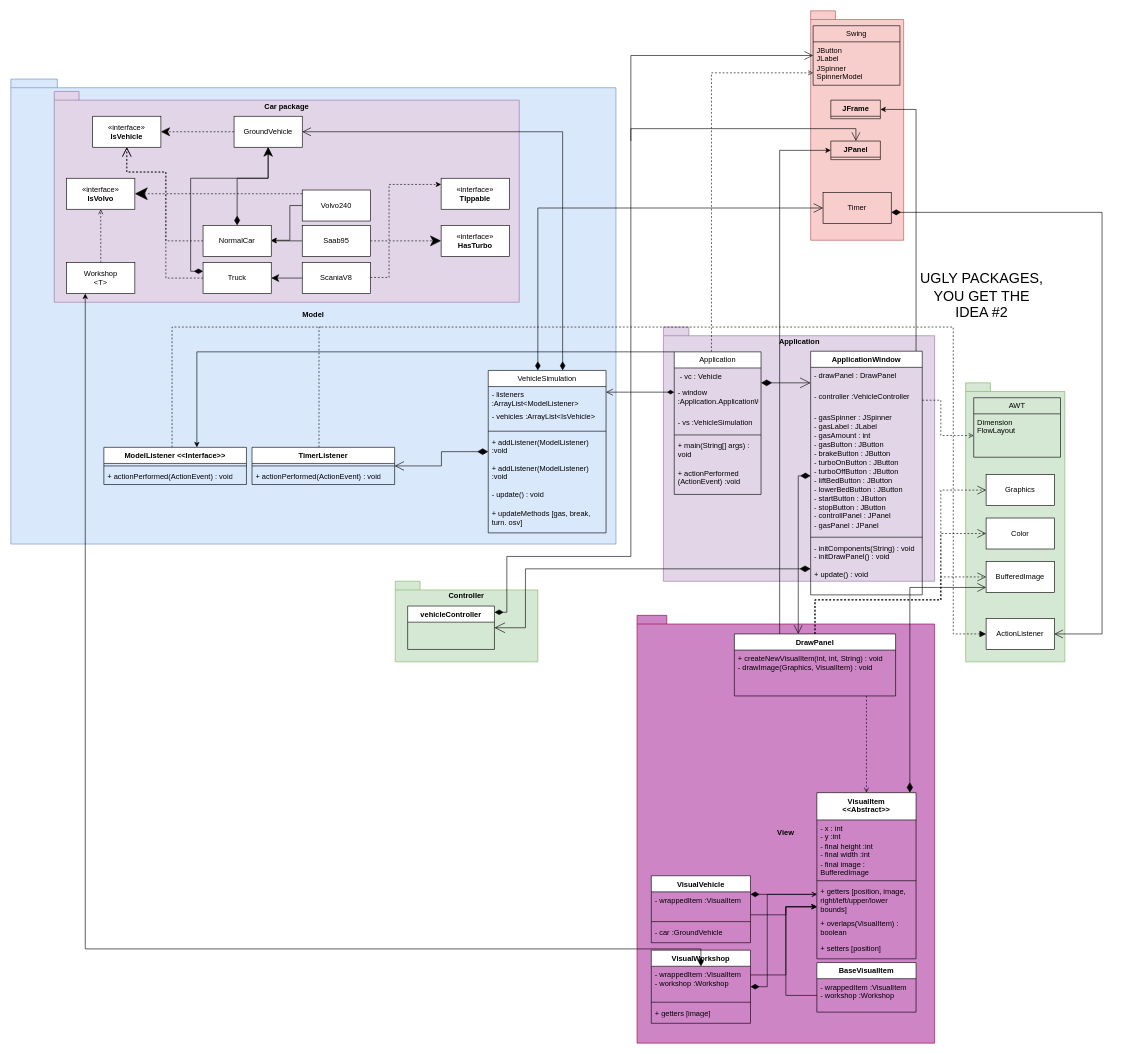
Before: page "Page-1" (1 of 2) of lab4/Lab4UML.drawio in sophucking/Grupp16Labb3, a draw.io diagram. Source tidied: cells renumbered, new cells numbered last; positions are measured from the earlier drawing's top-left corner, leaving out a move shared by most shapes. Both pictures are drawn from the tidied source at 62%, with x=0, y=0 at pixel (11, 11).
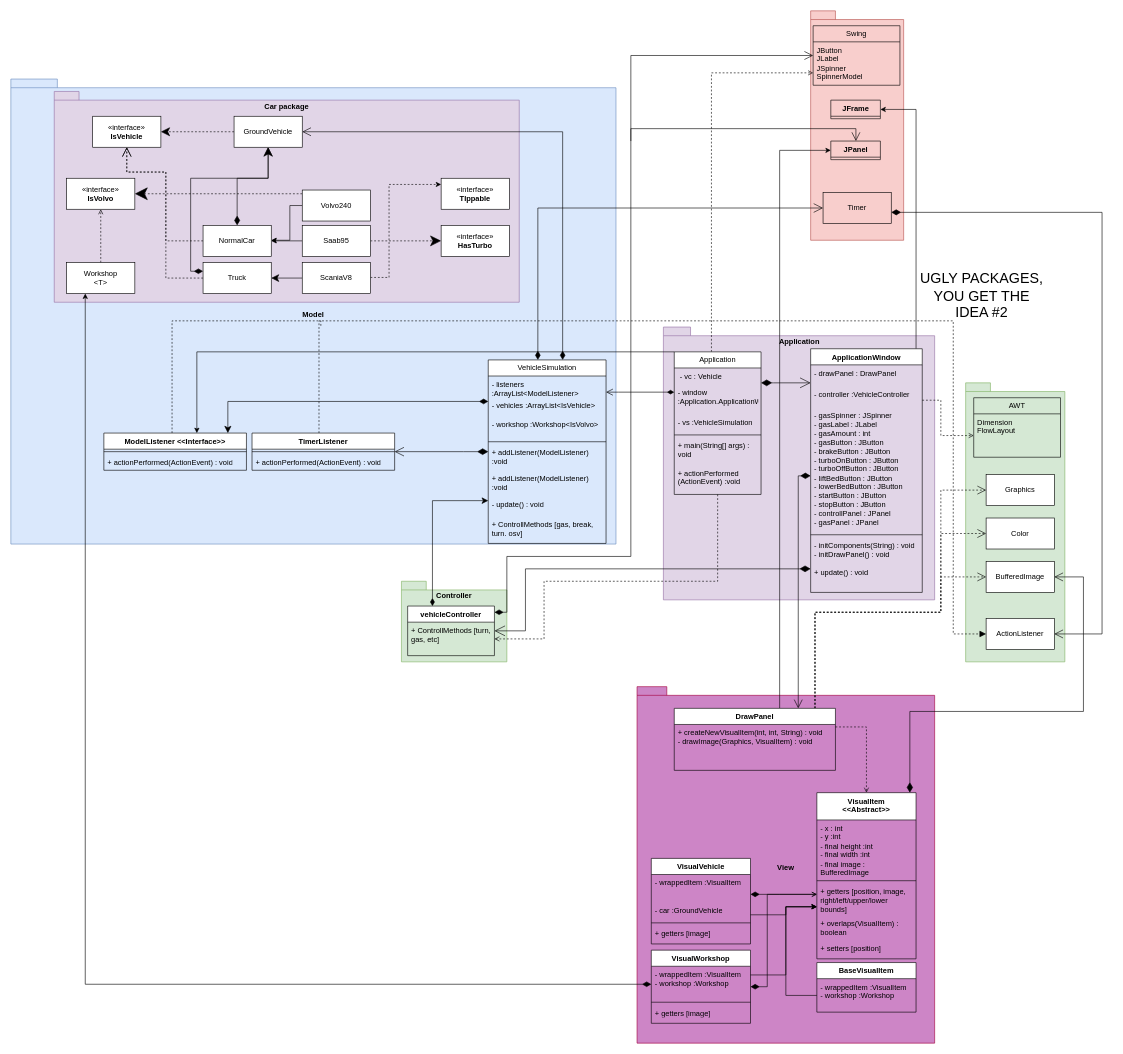
The same diagram, later.

The change refers to these unchanged cells:
```xml
<mxCell id="30" value="&lt;div&gt;Workshop&lt;/div&gt;&lt;div&gt;&amp;lt;T&amp;gt;&lt;/div&gt;" style="html=1;whiteSpace=wrap;" parent="1" vertex="1">
  <mxGeometry x="90" y="406" width="110" height="50" as="geometry" />
</mxCell>
<mxCell id="32" value="ActionListener" style="html=1;whiteSpace=wrap;" parent="1" vertex="1">
  <mxGeometry x="1573" y="980" width="110" height="50" as="geometry" />
</mxCell>
<mxCell id="37" value="&lt;div&gt;Graphics&lt;/div&gt;" style="html=1;whiteSpace=wrap;" parent="1" vertex="1">
  <mxGeometry x="1573" y="748" width="110" height="50" as="geometry" />
</mxCell>
<mxCell id="38" value="Color" style="html=1;whiteSpace=wrap;" parent="1" vertex="1">
  <mxGeometry x="1573" y="818" width="110" height="50" as="geometry" />
</mxCell>
<mxCell id="39" value="BufferedImage" style="html=1;whiteSpace=wrap;" parent="1" vertex="1">
  <mxGeometry x="1573" y="888" width="110" height="50" as="geometry" />
</mxCell>
<mxCell id="81" value="VisualItem&lt;br&gt;&amp;lt;&amp;lt;Abstract&amp;gt;&amp;gt;" style="swimlane;fontStyle=1;align=center;verticalAlign=top;horizontal=1;startSize=44;whiteSpace=wrap;html=1;" parent="1" vertex="1">
  <mxGeometry x="1300" y="1261" width="160" height="268" as="geometry" />
</mxCell>
<mxCell id="94" value="VisualWorkshop" style="swimlane;fontStyle=1;align=center;verticalAlign=top;horizontal=1;startSize=26;whiteSpace=wrap;html=1;" parent="1" vertex="1">
  <mxGeometry x="1033" y="1515" width="160" height="118" as="geometry" />
</mxCell>
<mxCell id="95" value="- wrappedItem :VisualItem&lt;div&gt;- workshop :Workshop&lt;br&gt;&lt;/div&gt;" style="text;strokeColor=none;fillColor=none;align=left;verticalAlign=top;spacingLeft=4;spacingRight=4;overflow=hidden;points=[[0,0.5],[1,0.5]];portConstraint=eastwest;whiteSpace=wrap;html=1;" parent="94" vertex="1">
  <mxGeometry y="26" width="160" height="54" as="geometry" />
</mxCell>
<mxCell id="109" value="+ actionPerformed (ActionEvent) :void" style="text;strokeColor=none;fillColor=none;align=left;verticalAlign=top;spacingLeft=4;spacingRight=4;overflow=hidden;points=[[0,0.5],[1,0.5]];portConstraint=eastwest;whiteSpace=wrap;html=1;fontSize=12;" parent="103" vertex="1">
  <mxGeometry y="182" width="140" height="48" as="geometry" />
</mxCell>
```

Change to the diagram source:
```diff
@@
     <mxCell id="3" value="Application" style="shape=folder;fontStyle=1;spacingTop=10;tabWidth=40;tabHeight=14;tabPosition=left;html=1;whiteSpace=wrap;fillColor=#e1d5e7;strokeColor=#9673a6;verticalAlign=top;" parent="1" vertex="1">
-      <mxGeometry x="1052.5" y="510" width="437.5" height="410" as="geometry" />
+      <mxGeometry x="1052.5" y="510" width="437.5" height="440" as="geometry" />
     </mxCell>
     <mxCell id="4" value="View" style="shape=folder;fontStyle=1;spacingTop=10;tabWidth=40;tabHeight=14;tabPosition=left;html=1;whiteSpace=wrap;fillColor=#CD85C6;strokeColor=#A50040;fontColor=#000000;labelBackgroundColor=none;shadow=0;" parent="1" vertex="1">
-      <mxGeometry x="1010" y="975" width="480" height="690" as="geometry" />
+      <mxGeometry x="1010" y="1090" width="480" height="575" as="geometry" />
     </mxCell>
     <mxCell id="5" value="Controller" style="shape=folder;fontStyle=1;spacingTop=10;tabWidth=40;tabHeight=14;tabPosition=left;html=1;whiteSpace=wrap;fillColor=#d5e8d4;strokeColor=#82b366;verticalAlign=top;" parent="1" vertex="1">
-      <mxGeometry x="620" y="920" width="230" height="130" as="geometry" />
+      <mxGeometry x="630" y="920" width="170" height="130" as="geometry" />
     </mxCell>
@@
+    <mxCell id="118" style="edgeStyle=orthogonalEdgeStyle;rounded=0;jettySize=auto;html=1;startArrow=diamondThin;startFill=1;endSize=8;startSize=10;" parent="1" edge="1" source="9" target="56">
+      <mxGeometry relative="1" as="geometry">
+        <Array as="points">
+          <mxPoint x="680" y="790" />
+        </Array>
+      </mxGeometry>
+    </mxCell>
     <mxCell id="9" value="&lt;div&gt;vehicleController&lt;/div&gt;" style="swimlane;fontStyle=1;align=center;verticalAlign=top;horizontal=1;startSize=26;whiteSpace=wrap;html=1;" parent="1" vertex="1">
-      <mxGeometry x="640" y="960" width="140" height="70" as="geometry" />
+      <mxGeometry x="640" y="960" width="140" height="80" as="geometry" />
     </mxCell>
+    <mxCell id="119" value="&lt;div&gt;+ ControllMethods [turn, gas, etc]&lt;br&gt;&lt;/div&gt;" style="text;strokeColor=none;fillColor=none;align=left;verticalAlign=top;spacingLeft=4;spacingRight=4;overflow=hidden;points=[[0,0.5],[1,0.5]];portConstraint=eastwest;whiteSpace=wrap;html=1;" parent="9" vertex="1">
+      <mxGeometry y="26" width="140" height="54" as="geometry" />
+    </mxCell>
@@
     <mxCell id="12" value="ApplicationWindow" style="swimlane;fontStyle=1;align=center;verticalAlign=top;horizontal=1;startSize=26;whiteSpace=wrap;html=1;" parent="1" vertex="1">
-      <mxGeometry x="1290" y="549" width="180" height="393" as="geometry" />
+      <mxGeometry x="1290" y="545" width="180" height="393" as="geometry" />
     </mxCell>
@@
     <mxCell id="20" style="edgeStyle=orthogonalEdgeStyle;rounded=0;jettySize=auto;html=1;dashed=1;endArrow=open;endFill=0;endSize=12;" parent="1" edge="1" source="23" target="37">
       <mxGeometry relative="1" as="geometry">
         <Array as="points">
-          <mxPoint x="1297" y="950" />
-          <mxPoint x="1500" y="950" />
+          <mxPoint x="1297" y="970" />
+          <mxPoint x="1500" y="970" />
           <mxPoint x="1500" y="773" />
         </Array>
       </mxGeometry>
     </mxCell>
     <mxCell id="21" style="edgeStyle=orthogonalEdgeStyle;rounded=0;jettySize=auto;html=1;dashed=1;endArrow=open;endFill=0;endSize=12;" parent="1" edge="1" source="23" target="38">
       <mxGeometry relative="1" as="geometry">
         <Array as="points">
-          <mxPoint x="1297" y="950" />
-          <mxPoint x="1500" y="950" />
+          <mxPoint x="1297" y="970" />
+          <mxPoint x="1500" y="970" />
           <mxPoint x="1500" y="843" />
         </Array>
       </mxGeometry>
     </mxCell>
     <mxCell id="22" style="edgeStyle=orthogonalEdgeStyle;rounded=0;jettySize=auto;html=1;dashed=1;endArrow=open;endFill=0;endSize=12;" parent="1" edge="1" source="23" target="39">
       <mxGeometry relative="1" as="geometry">
         <Array as="points">
-          <mxPoint x="1297" y="950" />
-          <mxPoint x="1500" y="950" />
+          <mxPoint x="1297" y="970" />
+          <mxPoint x="1500" y="970" />
           <mxPoint x="1500" y="913" />
         </Array>
       </mxGeometry>
     </mxCell>
     <mxCell id="23" value="DrawPanel" style="swimlane;fontStyle=1;align=center;verticalAlign=top;horizontal=1;startSize=26;whiteSpace=wrap;html=1;" parent="1" vertex="1">
-      <mxGeometry x="1167" y="1005" width="260" height="100" as="geometry" />
+      <mxGeometry x="1070" y="1125" width="260" height="100" as="geometry" />
     </mxCell>
@@
     <mxCell id="25" style="edgeStyle=orthogonalEdgeStyle;rounded=0;jettySize=auto;html=1;endArrow=block;endFill=1;dashed=1;endSize=8;" parent="1" edge="1" source="26" target="32">
       <mxGeometry relative="1" as="geometry">
         <Array as="points">
-          <mxPoint x="497" y="510" />
-          <mxPoint x="1520" y="510" />
+          <mxPoint x="497" y="500" />
+          <mxPoint x="1520" y="500" />
           <mxPoint x="1520" y="1005" />
         </Array>
       </mxGeometry>
     </mxCell>
     <mxCell id="26" value="TimerListener" style="swimlane;fontStyle=1;align=center;verticalAlign=top;horizontal=1;startSize=26;whiteSpace=wrap;html=1;" parent="1" vertex="1">
-      <mxGeometry x="389" y="704" width="230" height="60" as="geometry" />
+      <mxGeometry x="389" y="681" width="230" height="60" as="geometry" />
     </mxCell>
@@
     <mxCell id="40" value="1" style="endArrow=open;html=1;endSize=12;startArrow=diamondThin;startSize=14;startFill=1;edgeStyle=orthogonalEdgeStyle;align=left;verticalAlign=bottom;rounded=0;fontColor=none;noLabel=1;" parent="1" edge="1" source="81" target="39">
       <mxGeometry x="-1" y="3" relative="1" as="geometry">
         <Array as="points">
-          <mxPoint x="1450" y="930" />
+          <mxPoint x="1450" y="1130" />
+          <mxPoint x="1730" y="1130" />
+          <mxPoint x="1730" y="913" />
         </Array>
       </mxGeometry>
     </mxCell>
@@
+    <mxCell id="120" style="edgeStyle=orthogonalEdgeStyle;rounded=0;jettySize=auto;html=1;endSize=9;startSize=12;startArrow=diamondThin;startFill=1;" parent="1" edge="1" source="56" target="111">
+      <mxGeometry relative="1" as="geometry">
+        <Array as="points">
+          <mxPoint x="350" y="630" />
+        </Array>
+      </mxGeometry>
+    </mxCell>
     <mxCell id="56" value="VehicleSimulation" style="swimlane;fontStyle=0;horizontal=1;startSize=26;fillColor=default;whiteSpace=wrap;html=1;" parent="1" vertex="1">
-      <mxGeometry x="770" y="580" width="190" height="262" as="geometry" />
+      <mxGeometry x="770" y="563" width="190" height="296" as="geometry" />
     </mxCell>
@@
     <mxCell id="58" value="- vehicles :ArrayList&amp;lt;IsVehicle&amp;gt;" style="text;strokeColor=none;fillColor=none;align=left;verticalAlign=top;spacingLeft=4;spacingRight=4;overflow=hidden;whiteSpace=wrap;html=1;" parent="56" vertex="1">
-      <mxGeometry y="60" width="190" height="34" as="geometry" />
+      <mxGeometry y="60" width="190" height="30" as="geometry" />
     </mxCell>
+    <mxCell id="121" value="- workshop :Workshop&amp;lt;IsVolvo&amp;gt;" style="text;strokeColor=none;fillColor=none;align=left;verticalAlign=top;spacingLeft=4;spacingRight=4;overflow=hidden;whiteSpace=wrap;html=1;" parent="56" vertex="1">
+      <mxGeometry y="90" width="190" height="38" as="geometry" />
+    </mxCell>
     <mxCell id="59" style="line;strokeWidth=1;fillColor=none;align=left;verticalAlign=middle;spacingTop=-1;spacingLeft=3;spacingRight=3;labelPosition=right;strokeColor=inherit;" parent="56" vertex="1">
-      <mxGeometry y="94" width="190" height="8" as="geometry" />
+      <mxGeometry y="128" width="190" height="8" as="geometry" />
     </mxCell>
     <mxCell id="60" value="+ addListener(ModelListener) :void" style="text;strokeColor=none;fillColor=none;align=left;verticalAlign=top;spacingLeft=4;spacingRight=4;overflow=hidden;whiteSpace=wrap;html=1;" parent="56" vertex="1">
-      <mxGeometry y="102" width="190" height="42" as="geometry" />
+      <mxGeometry y="136" width="190" height="42" as="geometry" />
     </mxCell>
     <mxCell id="61" value="+ addListener(ModelListener) :void" style="text;strokeColor=none;fillColor=none;align=left;verticalAlign=top;spacingLeft=4;spacingRight=4;overflow=hidden;whiteSpace=wrap;html=1;" parent="56" vertex="1">
-      <mxGeometry y="144" width="190" height="42" as="geometry" />
+      <mxGeometry y="178" width="190" height="42" as="geometry" />
     </mxCell>
     <mxCell id="62" value="- update() : void" style="text;strokeColor=none;fillColor=none;align=left;verticalAlign=top;spacingLeft=4;spacingRight=4;overflow=hidden;whiteSpace=wrap;html=1;" parent="56" vertex="1">
-      <mxGeometry y="186" width="190" height="32" as="geometry" />
+      <mxGeometry y="220" width="190" height="32" as="geometry" />
     </mxCell>
-    <mxCell id="63" value="+ updateMethods [gas, break, turn. osv]" style="text;strokeColor=none;fillColor=none;align=left;verticalAlign=top;spacingLeft=4;spacingRight=4;overflow=hidden;whiteSpace=wrap;html=1;" parent="56" vertex="1">
-      <mxGeometry y="218" width="190" height="44" as="geometry" />
+    <mxCell id="63" value="+ ControllMethods [gas, break, turn. osv]" style="text;strokeColor=none;fillColor=none;align=left;verticalAlign=top;spacingLeft=4;spacingRight=4;overflow=hidden;whiteSpace=wrap;html=1;" parent="56" vertex="1">
+      <mxGeometry y="252" width="190" height="44" as="geometry" />
     </mxCell>
     <mxCell id="64" style="edgeStyle=orthogonalEdgeStyle;rounded=0;jettySize=auto;html=1;endSize=13;startArrow=diamondThin;startFill=1;endArrow=open;endFill=0;startSize=15;" parent="1" edge="1" source="56" target="26">
-      <mxGeometry relative="1" as="geometry" />
+      <mxGeometry relative="1" as="geometry">
+        <Array as="points">
+          <mxPoint x="730" y="711" />
+          <mxPoint x="730" y="711" />
+        </Array>
+      </mxGeometry>
     </mxCell>
@@
     <mxCell id="88" value="VisualVehicle" style="swimlane;fontStyle=1;align=center;verticalAlign=top;horizontal=1;startSize=26;whiteSpace=wrap;html=1;" parent="1" vertex="1">
-      <mxGeometry x="1033" y="1395" width="160" height="108" as="geometry" />
+      <mxGeometry x="1033" y="1367" width="160" height="138" as="geometry" />
     </mxCell>
@@
+    <mxCell id="91" value="- car :GroundVehicle" style="text;strokeColor=none;fillColor=none;align=left;verticalAlign=top;spacingLeft=4;spacingRight=4;overflow=hidden;whiteSpace=wrap;html=1;" parent="88" vertex="1">
+      <mxGeometry y="70" width="160" height="30" as="geometry" />
+    </mxCell>
     <mxCell id="90" style="line;strokeWidth=1;fillColor=none;align=left;verticalAlign=middle;spacingTop=-1;spacingLeft=3;spacingRight=3;labelPosition=right;strokeColor=inherit;" parent="88" vertex="1">
-      <mxGeometry y="70" width="160" height="8" as="geometry" />
+      <mxGeometry y="100" width="160" height="8" as="geometry" />
     </mxCell>
-    <mxCell id="91" value="- car :GroundVehicle" style="text;strokeColor=none;fillColor=none;align=left;verticalAlign=top;spacingLeft=4;spacingRight=4;overflow=hidden;whiteSpace=wrap;html=1;" parent="88" vertex="1">
-      <mxGeometry y="78" width="160" height="30" as="geometry" />
-    </mxCell>
+    <mxCell id="122" value="+ getters [image]" style="text;strokeColor=none;fillColor=none;align=left;verticalAlign=top;spacingLeft=4;spacingRight=4;overflow=hidden;whiteSpace=wrap;html=1;" parent="88" vertex="1">
+      <mxGeometry y="108" width="160" height="30" as="geometry" />
+    </mxCell>
@@
     <mxCell id="110" style="edgeStyle=orthogonalEdgeStyle;rounded=0;jettySize=auto;html=1;dashed=1;endArrow=none;endFill=0;" parent="1" edge="1" source="111">
       <mxGeometry relative="1" as="geometry">
         <mxPoint x="500" y="510" as="targetPoint" />
         <Array as="points">
-          <mxPoint x="260" y="510" />
+          <mxPoint x="260" y="500" />
+          <mxPoint x="500" y="500" />
         </Array>
       </mxGeometry>
     </mxCell>
     <mxCell id="111" value="ModelListener &amp;lt;&amp;lt;Interface&amp;gt;&amp;gt;" style="swimlane;fontStyle=1;align=center;verticalAlign=top;horizontal=1;startSize=26;whiteSpace=wrap;html=1;" parent="1" vertex="1">
-      <mxGeometry x="150" y="704" width="230" height="60" as="geometry" />
+      <mxGeometry x="150" y="681" width="230" height="60" as="geometry" />
     </mxCell>
@@
-    <mxCell id="115" style="edgeStyle=orthogonalEdgeStyle;rounded=0;jettySize=auto;html=1;startArrow=diamondThin;startFill=1;startSize=12;" parent="1" edge="1" source="95" target="30">
+    <mxCell id="115" style="edgeStyle=orthogonalEdgeStyle;rounded=0;jettySize=auto;html=1;startArrow=diamondThin;startFill=1;startSize=12;" parent="1" edge="1" source="94" target="30">
       <mxGeometry relative="1" as="geometry">
         <Array as="points">
-          <mxPoint x="120" y="1513" />
+          <mxPoint x="120" y="1570" />
         </Array>
       </mxGeometry>
     </mxCell>
@@
+    <mxCell id="123" style="edgeStyle=orthogonalEdgeStyle;rounded=0;jettySize=auto;html=1;dashed=1;endArrow=open;endFill=0;" parent="1" edge="1" source="109" target="119">
+      <mxGeometry relative="1" as="geometry">
+        <Array as="points">
+          <mxPoint x="1140" y="920" />
+          <mxPoint x="860" y="920" />
+          <mxPoint x="860" y="1013" />
+        </Array>
+      </mxGeometry>
+    </mxCell>
```
